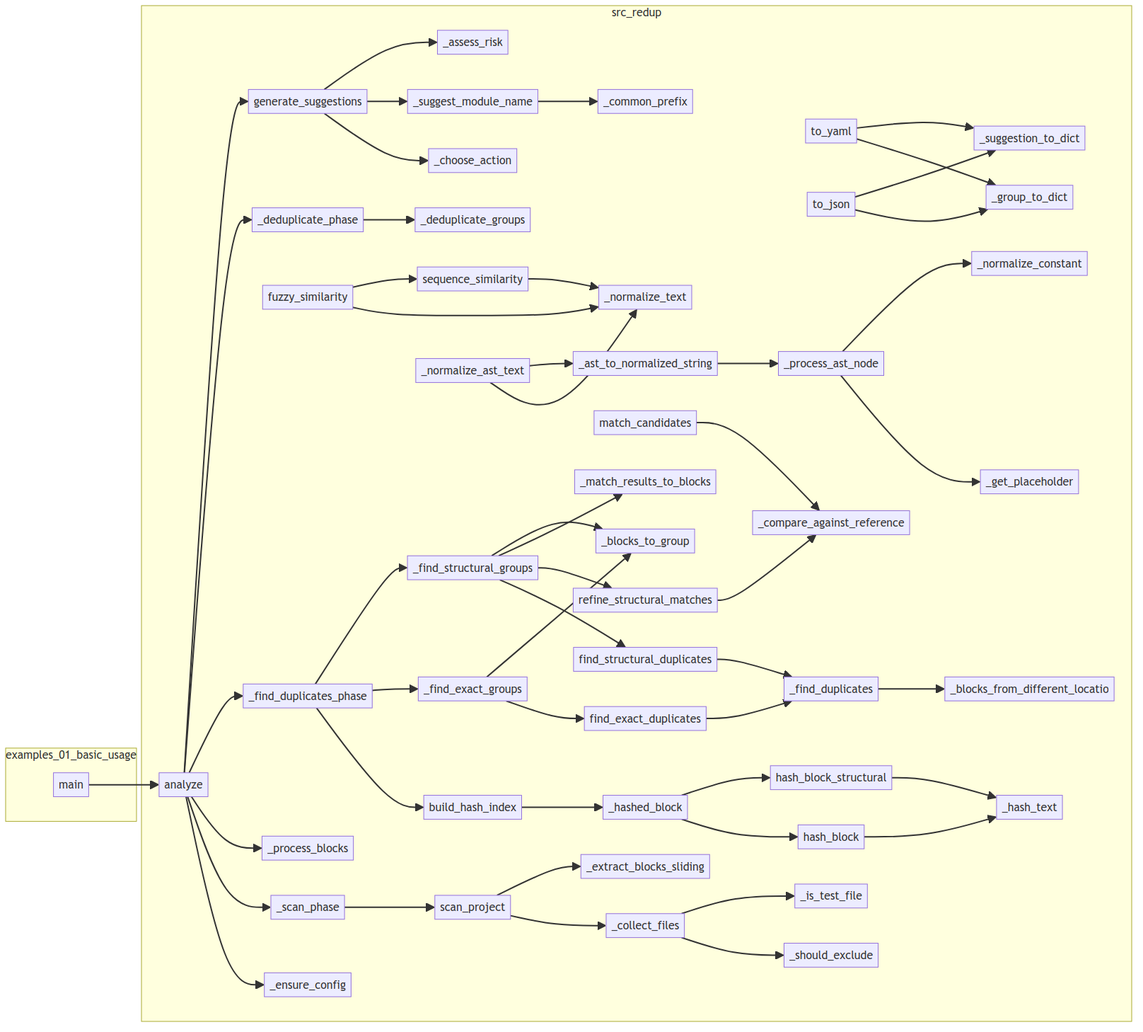
semcod/redup keeps this Mermaid diagram as project/calls.png. Above is the earlier version. Its source is kept beside it as project/calls.mmd.
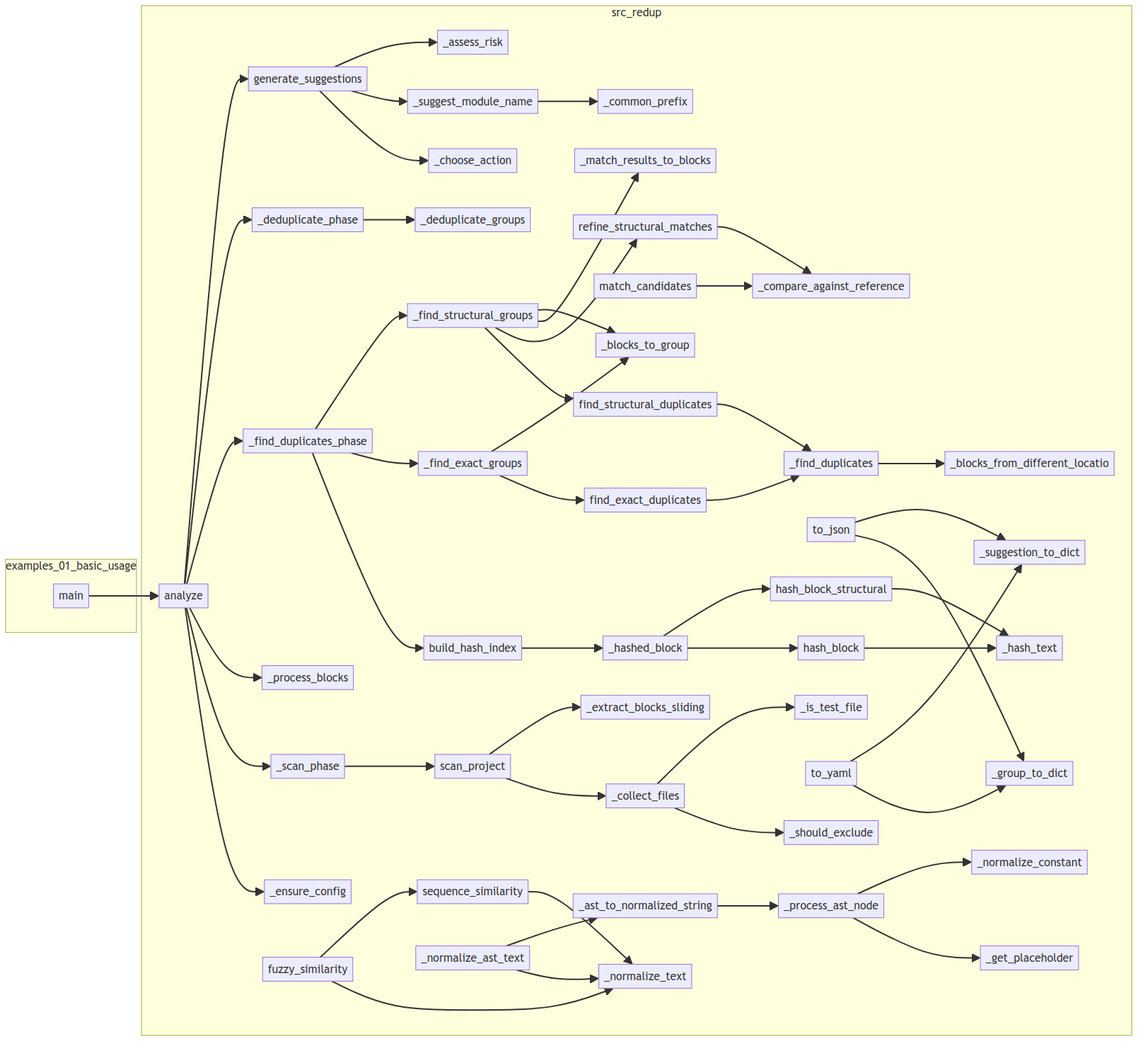
Later version of the same file.

What changed in the source:
```diff
@@ -3,51 +3,51 @@
         examples__01_basic_usage__main["main"]
     end
     subgraph src_redup
-        src__redup__core__scanner__scan_project["scan_project"]
-        src__redup__core__hasher__find_exact_duplicates["find_exact_duplicates"]
-        src__redup__reporters__yaml_reporter__to_yaml["to_yaml"]
-        src__redup__core__pipeline___process_blocks["_process_blocks"]
-        src__redup__reporters__json_reporter__to_json["to_json"]
-        src__redup__core__pipeline__analyze["analyze"]
-        src__redup__core__pipeline___deduplicate_groups["_deduplicate_groups"]
         src___ast_to_normalized_string["_ast_to_normalized_string"]
         src__redup__core__hasher___normalize_text["_normalize_text"]
+        src___match_results_to_blocks["_match_results_to_blocks"]
+        src__redup__core__matcher__match_candidates["match_candidates"]
+        src__redup__core__planner__generate_suggestions["generate_suggestions"]
+        src__redup__core__pipeline___deduplicate_phase["_deduplicate_phase"]
+        src__redup__core__pipeline___ensure_config["_ensure_config"]
+        src__redup__core__hasher__find_exact_duplicates["find_exact_duplicates"]
+        src__redup__core__matcher__sequence_similarity["sequence_similarity"]
+        src__redup__core__hasher__hash_block_structural["hash_block_structural"]
+        src__redup__core__scanner___collect_files["_collect_files"]
+        src__redup__core__hasher___get_placeholder["_get_placeholder"]
+        src__redup__core__hasher__hash_block["hash_block"]
+        src__redup__core__scanner___extract_blocks_sliding["_extract_blocks_sliding"]
+        src__redup__core__pipeline___find_exact_groups["_find_exact_groups"]
+        src__redup__core__planner___assess_risk["_assess_risk"]
         src__redup__core__hasher___normalize_constant["_normalize_constant"]
+        src___blocks_from_different_locations["_blocks_from_different_locatio"]
+        src__redup__core__pipeline__analyze["analyze"]
+        src___suggestion_to_dict["_suggestion_to_dict"]
+        src__redup__core__pipeline___scan_phase["_scan_phase"]
+        src__redup__reporters__json_reporter__to_json["to_json"]
+        src___group_to_dict["_group_to_dict"]
+        src__redup__core__planner___common_prefix["_common_prefix"]
+        src__redup__core__hasher___hash_text["_hash_text"]
+        src__redup__core__pipeline___find_duplicates_phase["_find_duplicates_phase"]
+        src__redup__core__planner___choose_action["_choose_action"]
+        src__redup__core__scanner__scan_project["scan_project"]
+        src__redup__core__planner___suggest_module_name["_suggest_module_name"]
+        src__redup__core__pipeline___process_blocks["_process_blocks"]
+        src__redup__core__scanner___is_test_file["_is_test_file"]
+        src__find_structural_duplicates["find_structural_duplicates"]
+        src__redup__core__scanner___should_exclude["_should_exclude"]
+        src___find_structural_groups["_find_structural_groups"]
+        src__redup__core__pipeline___blocks_to_group["_blocks_to_group"]
+        src__redup__core__pipeline___deduplicate_groups["_deduplicate_groups"]
+        src__refine_structural_matches["refine_structural_matches"]
+        src___compare_against_reference["_compare_against_reference"]
         src__redup__core__hasher__build_hash_index["build_hash_index"]
-        src___find_structural_groups["_find_structural_groups"]
-        src__redup__core__matcher__match_candidates["match_candidates"]
-        src__redup__core__hasher__hash_block["hash_block"]
-        src___blocks_from_different_locations["_blocks_from_different_locatio"]
-        src__redup__core__pipeline___ensure_config["_ensure_config"]
-        src___match_results_to_blocks["_match_results_to_blocks"]
-        src__redup__core__planner___suggest_module_name["_suggest_module_name"]
-        src__redup__core__planner___assess_risk["_assess_risk"]
-        src__redup__core__hasher___normalize_ast_text["_normalize_ast_text"]
-        src__redup__core__scanner___should_exclude["_should_exclude"]
-        src__redup__core__scanner___extract_blocks_sliding["_extract_blocks_sliding"]
-        src__refine_structural_matches["refine_structural_matches"]
-        src__find_structural_duplicates["find_structural_duplicates"]
-        src__redup__core__hasher___hash_text["_hash_text"]
+        src__redup__reporters__yaml_reporter__to_yaml["to_yaml"]
         src__redup__core__hasher___hashed_block["_hashed_block"]
-        src__redup__core__hasher___find_duplicates["_find_duplicates"]
-        src__redup__core__pipeline___blocks_to_group["_blocks_to_group"]
         src__redup__core__matcher__fuzzy_similarity["fuzzy_similarity"]
         src__redup__core__hasher___process_ast_node["_process_ast_node"]
-        src__redup__core__scanner___is_test_file["_is_test_file"]
-        src__redup__core__planner___common_prefix["_common_prefix"]
-        src__redup__core__hasher__hash_block_structural["hash_block_structural"]
-        src___group_to_dict["_group_to_dict"]
-        src__redup__core__planner___choose_action["_choose_action"]
-        src__redup__core__matcher__sequence_similarity["sequence_similarity"]
-        src__redup__core__scanner___collect_files["_collect_files"]
-        src__redup__core__pipeline___scan_phase["_scan_phase"]
-        src__redup__core__pipeline___find_exact_groups["_find_exact_groups"]
-        src__redup__core__hasher___get_placeholder["_get_placeholder"]
-        src__redup__core__planner__generate_suggestions["generate_suggestions"]
-        src___suggestion_to_dict["_suggestion_to_dict"]
-        src__redup__core__pipeline___deduplicate_phase["_deduplicate_phase"]
-        src__redup__core__pipeline___find_duplicates_phase["_find_duplicates_phase"]
-        src___compare_against_reference["_compare_against_reference"]
+        src__redup__core__hasher___find_duplicates["_find_duplicates"]
+        src__redup__core__hasher___normalize_ast_text["_normalize_ast_text"]
     end
     examples__01_basic_usage__main --> src__redup__core__pipeline__analyze
     src__redup__core__planner___suggest_module_name --> src__redup__core__planner___common_prefix
@@ -79,11 +79,6 @@
     src__redup__reporters__json_reporter__to_json --> src___suggestion_to_dict
     src__redup__reporters__yaml_reporter__to_yaml --> src___group_to_dict
     src__redup__reporters__yaml_reporter__to_yaml --> src___suggestion_to_dict
-    src__redup__core__matcher__sequence_similarity --> src__redup__core__hasher___normalize_text
-    src__redup__core__matcher__fuzzy_similarity --> src__redup__core__hasher___normalize_text
-    src__redup__core__matcher__fuzzy_similarity --> src__redup__core__matcher__sequence_similarity
-    src__redup__core__matcher__match_candidates --> src___compare_against_reference
-    src__refine_structural_matches --> src___compare_against_reference
     src__redup__core__hasher___normalize_ast_text --> src__redup__core__hasher___normalize_text
     src__redup__core__hasher___normalize_ast_text --> src___ast_to_normalized_string
     src___ast_to_normalized_string --> src__redup__core__hasher___process_ast_node
@@ -97,3 +92,8 @@
     src__redup__core__hasher___find_duplicates --> src___blocks_from_different_locations
     src__redup__core__hasher__find_exact_duplicates --> src__redup__core__hasher___find_duplicates
     src__find_structural_duplicates --> src__redup__core__hasher___find_duplicates
+    src__redup__core__matcher__sequence_similarity --> src__redup__core__hasher___normalize_text
+    src__redup__core__matcher__fuzzy_similarity --> src__redup__core__hasher___normalize_text
+    src__redup__core__matcher__fuzzy_similarity --> src__redup__core__matcher__sequence_similarity
+    src__redup__core__matcher__match_candidates --> src___compare_against_reference
+    src__refine_structural_matches --> src___compare_against_reference
```
